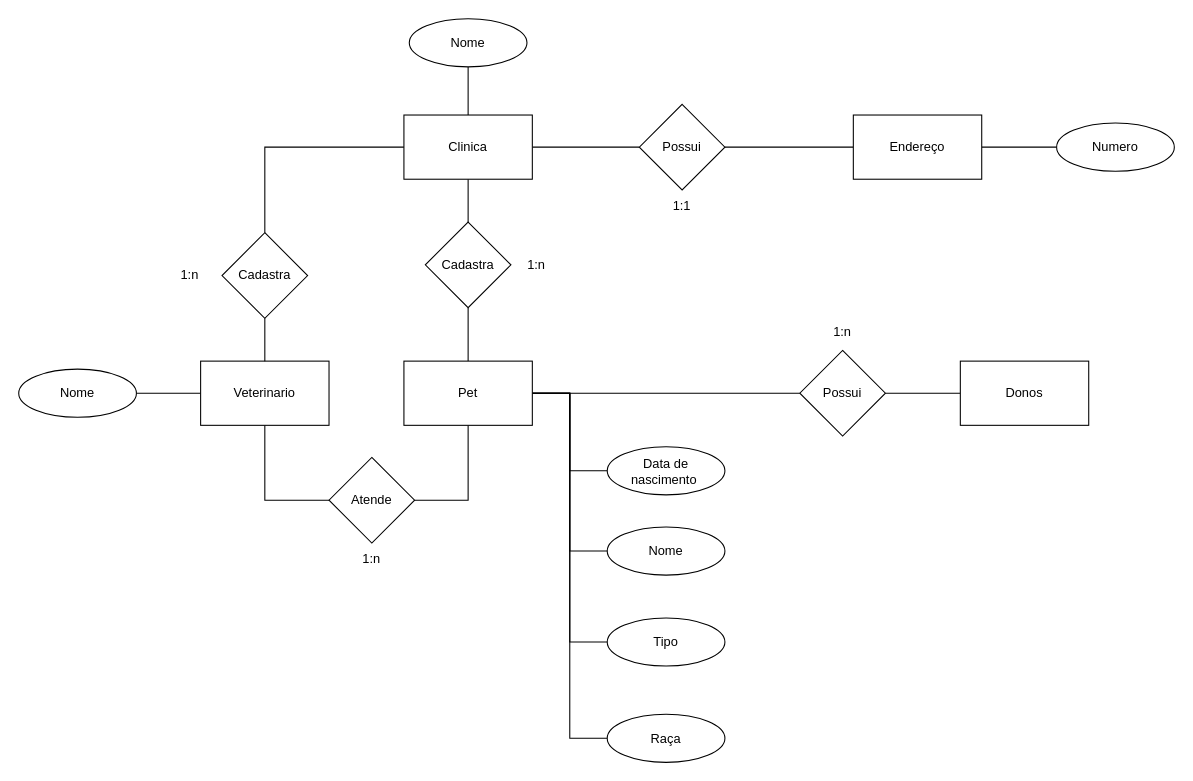
This is page "Página-4" (4 of 5) of sprint-Banco-De-Dados/Exercicio 1.0-1.6/Exercicios 1.0-1.6.drawio from FernandinnnQ145/Segundo-Semestre-Senai, a draw.io file, before an edit. Source tidied: cells renumbered, new cells numbered last; positions are measured from the earlier drawing's top-left corner, leaving out a move shared by most shapes. Both pictures are drawn from the tidied source at 107%, with x=0, y=0 at pixel (18, 18).
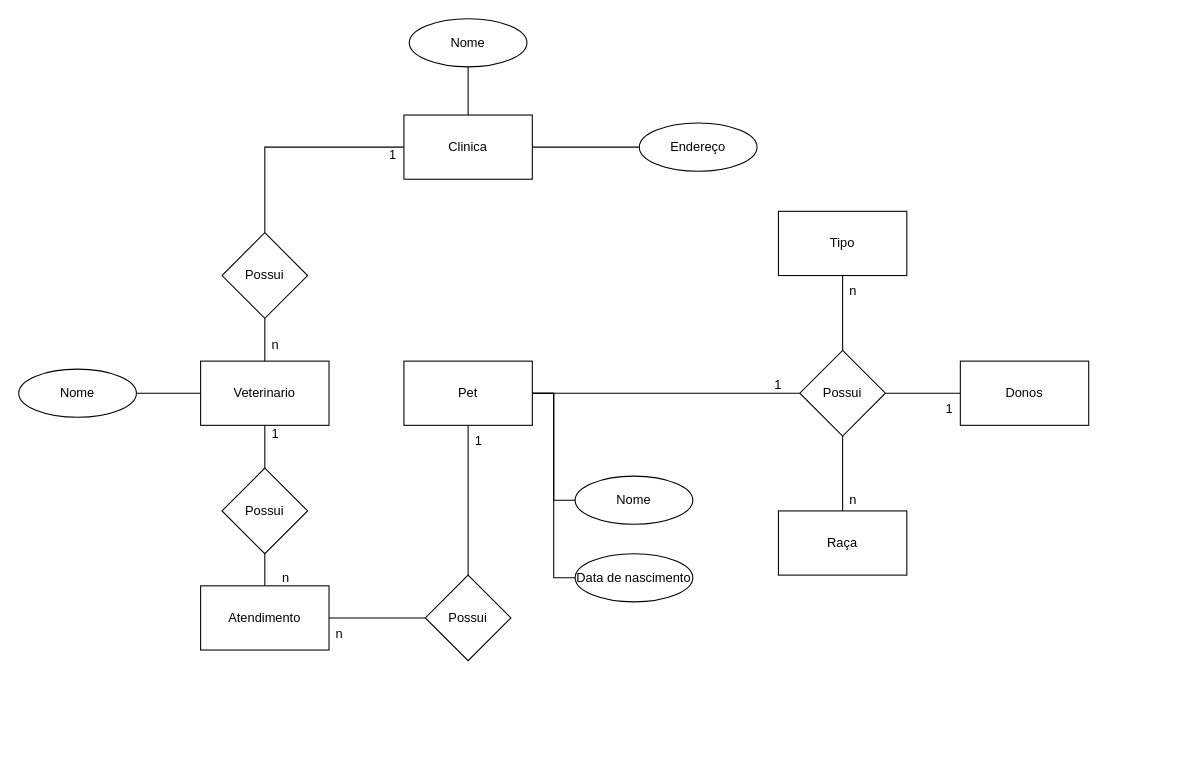
The same diagram, later.

Unchanged cells that the change refers to:
```xml
<mxCell id="6" value="Clinica" style="rounded=0;whiteSpace=wrap;html=1;" parent="1" vertex="1">
  <mxGeometry x="360" y="90" width="120" height="60" as="geometry" />
</mxCell>
<mxCell id="14" value="Pet" style="rounded=0;whiteSpace=wrap;html=1;" parent="1" vertex="1">
  <mxGeometry x="360" y="320" width="120" height="60" as="geometry" />
</mxCell>
<mxCell id="17" value="Veterinario" style="rounded=0;whiteSpace=wrap;html=1;" parent="1" vertex="1">
  <mxGeometry x="170" y="320" width="120" height="60" as="geometry" />
</mxCell>
```

Diff of the diagram source:
```diff
@@
-    <mxCell id="2" style="edgeStyle=orthogonalEdgeStyle;rounded=0;jettySize=auto;html=1;entryX=0;entryY=0.5;entryDx=0;entryDy=0;endArrow=none;endFill=0;" parent="1" edge="1" source="6" target="20">
-      <mxGeometry relative="1" as="geometry" />
+    <mxCell id="2" style="edgeStyle=orthogonalEdgeStyle;rounded=0;jettySize=auto;html=1;entryX=0;entryY=0.5;entryDx=0;entryDy=0;endArrow=none;endFill=0;" parent="1" edge="1" source="6">
+      <mxGeometry relative="1" as="geometry">
+        <mxPoint x="580" y="120" as="targetPoint" />
+      </mxGeometry>
     </mxCell>
@@
-    <mxCell id="4" style="edgeStyle=orthogonalEdgeStyle;rounded=0;jettySize=auto;html=1;entryX=0.5;entryY=0;entryDx=0;entryDy=0;endArrow=none;endFill=0;" parent="1" edge="1" source="6" target="18">
-      <mxGeometry relative="1" as="geometry" />
-    </mxCell>
@@
-    <mxCell id="7" style="edgeStyle=orthogonalEdgeStyle;rounded=0;jettySize=auto;html=1;entryX=0.5;entryY=1;entryDx=0;entryDy=0;endArrow=none;endFill=0;" parent="1" edge="1" source="14" target="18">
-      <mxGeometry relative="1" as="geometry" />
-    </mxCell>
-    <mxCell id="8" style="edgeStyle=orthogonalEdgeStyle;rounded=0;jettySize=auto;html=1;entryX=1;entryY=0.5;entryDx=0;entryDy=0;endArrow=none;endFill=0;" parent="1" edge="1" source="14" target="26">
-      <mxGeometry relative="1" as="geometry" />
-    </mxCell>
-    <mxCell id="9" style="edgeStyle=orthogonalEdgeStyle;rounded=0;jettySize=auto;html=1;entryX=0;entryY=0.5;entryDx=0;entryDy=0;endArrow=none;endFill=0;" parent="1" edge="1" source="14" target="32">
-      <mxGeometry relative="1" as="geometry" />
-    </mxCell>
@@
-    <mxCell id="12" style="edgeStyle=orthogonalEdgeStyle;rounded=0;jettySize=auto;html=1;entryX=0;entryY=0.5;entryDx=0;entryDy=0;endArrow=none;endFill=0;" parent="1" edge="1" source="14" target="39">
-      <mxGeometry relative="1" as="geometry" />
-    </mxCell>
-    <mxCell id="13" style="edgeStyle=orthogonalEdgeStyle;rounded=0;jettySize=auto;html=1;entryX=0;entryY=0.5;entryDx=0;entryDy=0;endArrow=none;endFill=0;" parent="1" edge="1" source="14" target="40">
-      <mxGeometry relative="1" as="geometry" />
-    </mxCell>
+    <mxCell id="9" style="edgeStyle=orthogonalEdgeStyle;rounded=0;jettySize=auto;html=1;entryX=0;entryY=0.5;entryDx=0;entryDy=0;endArrow=none;endFill=0;" parent="1" edge="1" source="14" target="32">
+      <mxGeometry relative="1" as="geometry" />
+    </mxCell>
@@
-    <mxCell id="15" style="edgeStyle=orthogonalEdgeStyle;rounded=0;jettySize=auto;html=1;entryX=0;entryY=0.5;entryDx=0;entryDy=0;endArrow=none;endFill=0;" parent="1" edge="1" source="17" target="26">
-      <mxGeometry relative="1" as="geometry" />
-    </mxCell>
@@
+    <mxCell id="41" style="edgeStyle=orthogonalEdgeStyle;rounded=0;jettySize=auto;html=1;entryX=0.5;entryY=0;entryDx=0;entryDy=0;endArrow=none;endFill=0;" parent="1" edge="1" source="17" target="54">
+      <mxGeometry relative="1" as="geometry" />
+    </mxCell>
@@
-    <mxCell id="18" value="Cadastra" style="rhombus;whiteSpace=wrap;html=1;" parent="1" vertex="1">
-      <mxGeometry x="380" y="190" width="80" height="80" as="geometry" />
-    </mxCell>
-    <mxCell id="19" style="edgeStyle=orthogonalEdgeStyle;rounded=0;jettySize=auto;html=1;endArrow=none;endFill=0;" parent="1" edge="1" source="20" target="23">
-      <mxGeometry relative="1" as="geometry" />
-    </mxCell>
-    <mxCell id="20" value="Possui" style="rhombus;whiteSpace=wrap;html=1;" parent="1" vertex="1">
-      <mxGeometry x="580" y="80" width="80" height="80" as="geometry" />
-    </mxCell>
-    <mxCell id="21" value="1:1" style="text;html=1;strokeColor=none;fillColor=none;align=center;verticalAlign=middle;whiteSpace=wrap;rounded=0;" parent="1" vertex="1">
-      <mxGeometry x="590" y="160" width="60" height="30" as="geometry" />
-    </mxCell>
-    <mxCell id="22" style="edgeStyle=orthogonalEdgeStyle;rounded=0;jettySize=auto;html=1;entryX=0;entryY=0.5;entryDx=0;entryDy=0;endArrow=none;endFill=0;" parent="1" edge="1" source="23" target="38">
-      <mxGeometry relative="1" as="geometry" />
-    </mxCell>
-    <mxCell id="23" value="Endereço" style="rounded=0;whiteSpace=wrap;html=1;" parent="1" vertex="1">
-      <mxGeometry x="780" y="90" width="120" height="60" as="geometry" />
-    </mxCell>
@@
-    <mxCell id="25" value="Cadastra" style="rhombus;whiteSpace=wrap;html=1;" parent="1" vertex="1">
+    <mxCell id="25" value="Possui" style="rhombus;whiteSpace=wrap;html=1;" parent="1" vertex="1">
       <mxGeometry x="190" y="200" width="80" height="80" as="geometry" />
     </mxCell>
-    <mxCell id="26" value="Atende" style="rhombus;whiteSpace=wrap;html=1;" parent="1" vertex="1">
-      <mxGeometry x="290" y="410" width="80" height="80" as="geometry" />
-    </mxCell>
-    <mxCell id="27" value="1:n" style="text;html=1;strokeColor=none;fillColor=none;align=center;verticalAlign=middle;whiteSpace=wrap;rounded=0;" parent="1" vertex="1">
-      <mxGeometry x="300" y="490" width="60" height="30" as="geometry" />
-    </mxCell>
-    <mxCell id="28" value="1:n" style="text;html=1;strokeColor=none;fillColor=none;align=center;verticalAlign=middle;whiteSpace=wrap;rounded=0;" parent="1" vertex="1">
-      <mxGeometry x="454" y="215" width="60" height="30" as="geometry" />
-    </mxCell>
-    <mxCell id="29" value="1:n" style="text;html=1;strokeColor=none;fillColor=none;align=center;verticalAlign=middle;whiteSpace=wrap;rounded=0;" parent="1" vertex="1">
-      <mxGeometry x="130" y="225" width="60" height="30" as="geometry" />
-    </mxCell>
@@
+    <mxCell id="33" style="edgeStyle=orthogonalEdgeStyle;rounded=0;jettySize=auto;html=1;entryX=0;entryY=0.5;entryDx=0;entryDy=0;endArrow=none;endFill=0;" parent="1" edge="1" source="34" target="36">
+      <mxGeometry relative="1" as="geometry" />
+    </mxCell>
+    <mxCell id="42" style="edgeStyle=orthogonalEdgeStyle;rounded=0;jettySize=auto;html=1;entryX=0.5;entryY=1;entryDx=0;entryDy=0;endArrow=none;endFill=0;" parent="1" edge="1" source="34" target="39">
+      <mxGeometry relative="1" as="geometry" />
+    </mxCell>
+    <mxCell id="34" value="Possui" style="rhombus;whiteSpace=wrap;html=1;" parent="1" vertex="1">
+      <mxGeometry x="730" y="310" width="80" height="80" as="geometry" />
+    </mxCell>
+    <mxCell id="36" value="Donos" style="rounded=0;whiteSpace=wrap;html=1;" parent="1" vertex="1">
+      <mxGeometry x="880" y="320" width="120" height="60" as="geometry" />
+    </mxCell>
+    <mxCell id="38" value="Endereço" style="ellipse;whiteSpace=wrap;html=1;" parent="1" vertex="1">
+      <mxGeometry x="580" y="97.5" width="110" height="45" as="geometry" />
+    </mxCell>
+    <mxCell id="43" style="edgeStyle=orthogonalEdgeStyle;rounded=0;jettySize=auto;html=1;entryX=0.5;entryY=1;entryDx=0;entryDy=0;endArrow=none;endFill=0;" parent="1" edge="1" source="40" target="34">
+      <mxGeometry relative="1" as="geometry" />
+    </mxCell>
+    <mxCell id="40" value="Raça" style="rounded=0;whiteSpace=wrap;html=1;" parent="1" vertex="1">
+      <mxGeometry x="710" y="460" width="120" height="60" as="geometry" />
+    </mxCell>
+    <mxCell id="39" value="Tipo" style="rounded=0;whiteSpace=wrap;html=1;" parent="1" vertex="1">
+      <mxGeometry x="710" y="180" width="120" height="60" as="geometry" />
+    </mxCell>
     <mxCell id="32" value="Nome" style="ellipse;whiteSpace=wrap;html=1;" parent="1" vertex="1">
-      <mxGeometry x="550" y="475" width="110" height="45" as="geometry" />
+      <mxGeometry x="520" y="427.5" width="110" height="45" as="geometry" />
     </mxCell>
-    <mxCell id="33" style="edgeStyle=orthogonalEdgeStyle;rounded=0;jettySize=auto;html=1;entryX=0;entryY=0.5;entryDx=0;entryDy=0;endArrow=none;endFill=0;" parent="1" edge="1" source="34" target="36">
-      <mxGeometry relative="1" as="geometry" />
-    </mxCell>
-    <mxCell id="34" value="Possui" style="rhombus;whiteSpace=wrap;html=1;" parent="1" vertex="1">
-      <mxGeometry x="730" y="310" width="80" height="80" as="geometry" />
-    </mxCell>
-    <mxCell id="35" value="Data de nascimento&amp;nbsp;" style="ellipse;whiteSpace=wrap;html=1;" parent="1" vertex="1">
-      <mxGeometry x="550" y="400" width="110" height="45" as="geometry" />
+    <mxCell id="35" value="Data de nascimento" style="ellipse;whiteSpace=wrap;html=1;" parent="1" vertex="1">
+      <mxGeometry x="520" y="500" width="110" height="45" as="geometry" />
     </mxCell>
-    <mxCell id="36" value="Donos" style="rounded=0;whiteSpace=wrap;html=1;" parent="1" vertex="1">
-      <mxGeometry x="880" y="320" width="120" height="60" as="geometry" />
-    </mxCell>
-    <mxCell id="37" value="1:n" style="text;html=1;strokeColor=none;fillColor=none;align=center;verticalAlign=middle;whiteSpace=wrap;rounded=0;" parent="1" vertex="1">
-      <mxGeometry x="740" y="277.5" width="60" height="30" as="geometry" />
-    </mxCell>
-    <mxCell id="38" value="Numero" style="ellipse;whiteSpace=wrap;html=1;" parent="1" vertex="1">
-      <mxGeometry x="970" y="97.5" width="110" height="45" as="geometry" />
-    </mxCell>
-    <mxCell id="39" value="Tipo" style="ellipse;whiteSpace=wrap;html=1;" parent="1" vertex="1">
-      <mxGeometry x="550" y="560" width="110" height="45" as="geometry" />
-    </mxCell>
-    <mxCell id="40" value="Raça" style="ellipse;whiteSpace=wrap;html=1;" parent="1" vertex="1">
-      <mxGeometry x="550" y="650" width="110" height="45" as="geometry" />
-    </mxCell>
+    <mxCell id="44" value="1" style="text;html=1;strokeColor=none;fillColor=none;align=center;verticalAlign=middle;whiteSpace=wrap;rounded=0;" parent="1" vertex="1">
+      <mxGeometry x="320" y="112.5" width="60" height="30" as="geometry" />
+    </mxCell>
+    <mxCell id="45" value="n" style="text;html=1;strokeColor=none;fillColor=none;align=center;verticalAlign=middle;whiteSpace=wrap;rounded=0;" parent="1" vertex="1">
+      <mxGeometry x="210" y="290" width="60" height="30" as="geometry" />
+    </mxCell>
+    <mxCell id="46" value="1" style="text;html=1;strokeColor=none;fillColor=none;align=center;verticalAlign=middle;whiteSpace=wrap;rounded=0;" parent="1" vertex="1">
+      <mxGeometry x="210" y="372.5" width="60" height="30" as="geometry" />
+    </mxCell>
+    <mxCell id="47" value="1" style="text;html=1;strokeColor=none;fillColor=none;align=center;verticalAlign=middle;whiteSpace=wrap;rounded=0;" parent="1" vertex="1">
+      <mxGeometry x="680" y="327.5" width="60" height="30" as="geometry" />
+    </mxCell>
+    <mxCell id="48" value="n" style="text;html=1;strokeColor=none;fillColor=none;align=center;verticalAlign=middle;whiteSpace=wrap;rounded=0;" parent="1" vertex="1">
+      <mxGeometry x="750" y="240" width="60" height="30" as="geometry" />
+    </mxCell>
+    <mxCell id="49" value="1" style="text;html=1;strokeColor=none;fillColor=none;align=center;verticalAlign=middle;whiteSpace=wrap;rounded=0;" parent="1" vertex="1">
+      <mxGeometry x="840" y="350" width="60" height="30" as="geometry" />
+    </mxCell>
+    <mxCell id="50" value="n" style="text;html=1;strokeColor=none;fillColor=none;align=center;verticalAlign=middle;whiteSpace=wrap;rounded=0;" parent="1" vertex="1">
+      <mxGeometry x="750" y="435" width="60" height="30" as="geometry" />
+    </mxCell>
+    <mxCell id="51" style="edgeStyle=orthogonalEdgeStyle;rounded=0;jettySize=auto;html=1;endArrow=none;endFill=0;" parent="1" edge="1" source="53" target="54">
+      <mxGeometry relative="1" as="geometry" />
+    </mxCell>
+    <mxCell id="52" style="edgeStyle=orthogonalEdgeStyle;rounded=0;jettySize=auto;html=1;entryX=0;entryY=0.5;entryDx=0;entryDy=0;endArrow=none;endFill=0;" parent="1" edge="1" source="53" target="56">
+      <mxGeometry relative="1" as="geometry" />
+    </mxCell>
+    <mxCell id="53" value="Atendimento" style="rounded=0;whiteSpace=wrap;html=1;" parent="1" vertex="1">
+      <mxGeometry x="170" y="530" width="120" height="60" as="geometry" />
+    </mxCell>
+    <mxCell id="54" value="Possui" style="rhombus;whiteSpace=wrap;html=1;" parent="1" vertex="1">
+      <mxGeometry x="190" y="420" width="80" height="80" as="geometry" />
+    </mxCell>
+    <mxCell id="55" style="edgeStyle=orthogonalEdgeStyle;rounded=0;jettySize=auto;html=1;endArrow=none;endFill=0;" parent="1" edge="1" source="56" target="14">
+      <mxGeometry relative="1" as="geometry" />
+    </mxCell>
+    <mxCell id="56" value="Possui" style="rhombus;whiteSpace=wrap;html=1;" parent="1" vertex="1">
+      <mxGeometry x="380" y="520" width="80" height="80" as="geometry" />
+    </mxCell>
+    <mxCell id="57" value="n" style="text;html=1;strokeColor=none;fillColor=none;align=center;verticalAlign=middle;whiteSpace=wrap;rounded=0;" parent="1" vertex="1">
+      <mxGeometry x="220" y="507.5" width="60" height="30" as="geometry" />
+    </mxCell>
+    <mxCell id="58" value="n" style="text;html=1;strokeColor=none;fillColor=none;align=center;verticalAlign=middle;whiteSpace=wrap;rounded=0;" parent="1" vertex="1">
+      <mxGeometry x="270" y="560" width="60" height="30" as="geometry" />
+    </mxCell>
+    <mxCell id="59" value="1" style="text;html=1;strokeColor=none;fillColor=none;align=center;verticalAlign=middle;whiteSpace=wrap;rounded=0;" parent="1" vertex="1">
+      <mxGeometry x="400" y="380" width="60" height="30" as="geometry" />
+    </mxCell>
```
